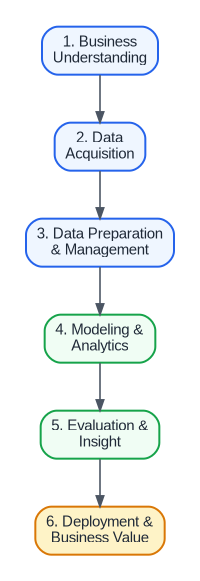
Before: uas/crisp_dm.png, a diagram exported from Graphviz (gadingnst/project-data-science). Its source is kept beside it as uas/crisp_dm.dot.
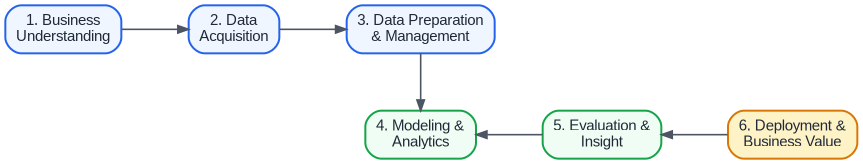
Later version of the same file.

Commit message:
[Nouva] style(diagram): change CRISP-DM layout to serpentine flow (1->2->3, 3->4, 4<-5<-6)

Diff of the diagram source:
```diff
@@ -1,25 +1,24 @@
 digraph CRISP_DM {
-    graph [bgcolor="#ffffff", fontname="Helvetica,Arial,sans-serif", nodesep=0.6, ranksep=0.5];
+    graph [bgcolor="#ffffff", fontname="Helvetica,Arial,sans-serif", nodesep=0.7, ranksep=0.6];
     node [shape=box, style="filled,rounded", fontname="Helvetica,Arial,sans-serif", fontsize=11, fontcolor="#1F2937", penwidth=1.5];
     edge [fontname="Helvetica,Arial,sans-serif", fontsize=9, color="#4B5563", penwidth=1.2, arrowsize=0.8];
 
-    subgraph cluster_top {
-        color=white;
+    {
         rank=same;
         step1 [label="1. Business\nUnderstanding", fillcolor="#EFF6FF", color="#2563EB"];
         step2 [label="2. Data\nAcquisition", fillcolor="#EFF6FF", color="#2563EB"];
         step3 [label="3. Data Preparation\n& Management", fillcolor="#EFF6FF", color="#2563EB"];
     }
 
-    subgraph cluster_bottom {
-        color=white;
+    {
         rank=same;
+        step6 [label="6. Deployment &\nBusiness Value", fillcolor="#FEF3C7", color="#D97706"];
+        step5 [label="5. Evaluation &\nInsight", fillcolor="#F0FDF4", color="#16A34A"];
         step4 [label="4. Modeling &\nAnalytics", fillcolor="#F0FDF4", color="#16A34A"];
-        step5 [label="5. Evaluation &\nInsight", fillcolor="#F0FDF4", color="#16A34A"];
-        step6 [label="6. Deployment &\nBusiness Value", fillcolor="#FEF3C7", color="#D97706"];
     }
 
     step1 -> step2 -> step3;
     step3 -> step4;
-    step4 -> step5 -> step6;
+    step4 -> step5 [dir=back];
+    step5 -> step6 [dir=back];
 }
```
